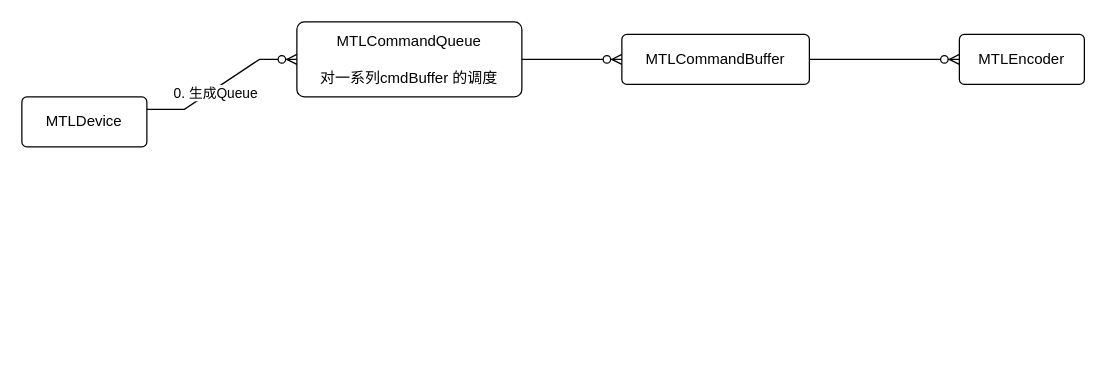
The draw.io diagram 未命名绘图.drawio in niltsh/drawing, before the edit. Source tidied: cells renumbered, new cells numbered last; positions are measured from the earlier drawing's top-left corner, leaving out a move shared by most shapes. Both pictures are drawn from the tidied source at 125%, with x=0, y=0 at pixel (21, 21).
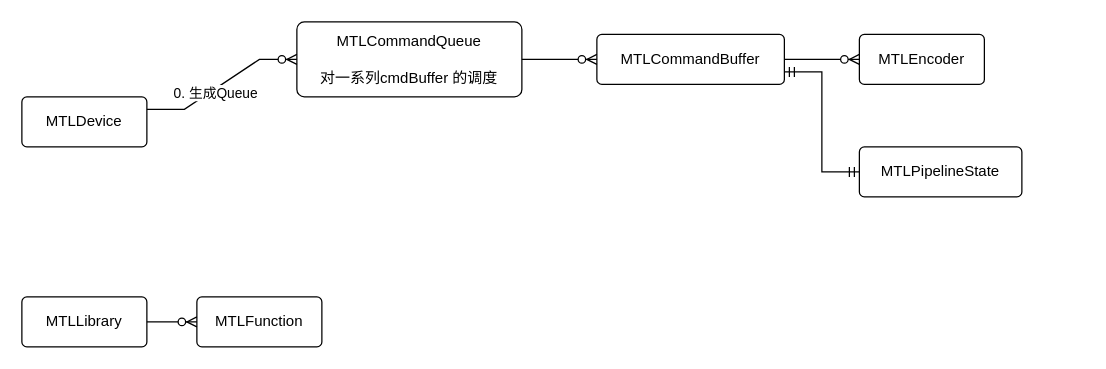
The same diagram, later.

Commit message:
更新未命名绘图.drawio

Diff of the diagram source:
```diff
@@
 <mxGraphModel>
   <root>
     <mxCell id="0" />
     <mxCell id="1" parent="0" />
     <mxCell id="2" value="MTLDevice" style="rounded=1;arcSize=10;whiteSpace=wrap;html=1;align=center;" parent="1" vertex="1">
       <mxGeometry y="60" width="100" height="40" as="geometry" />
     </mxCell>
     <mxCell id="3" value="MTLCommandQueue&lt;br&gt;&lt;br&gt;对一系列cmdBuffer 的调度" style="rounded=1;arcSize=10;whiteSpace=wrap;html=1;align=center;" parent="1" vertex="1">
       <mxGeometry x="220" width="180" height="60" as="geometry" />
     </mxCell>
     <mxCell id="4" style="edgeStyle=entityRelationEdgeStyle;fontSize=12;html=1;endArrow=ERzeroToMany;endFill=1;rounded=0;exitX=1;exitY=0.25;exitDx=0;exitDy=0;entryX=0;entryY=0.5;entryDx=0;entryDy=0;" parent="1" edge="1" source="2" target="3">
       <mxGeometry relative="1" as="geometry" />
     </mxCell>
     <mxCell id="5" value="0. 生成Queue" style="edgeLabel;html=1;align=center;verticalAlign=middle;" parent="4" vertex="1">
       <mxGeometry x="-0.14" y="-2" relative="1" as="geometry">
         <mxPoint x="1" as="offset" />
       </mxGeometry>
     </mxCell>
     <mxCell id="6" value="MTLCommandBuffer" style="rounded=1;arcSize=10;whiteSpace=wrap;html=1;align=center;" parent="1" vertex="1">
-      <mxGeometry x="480" y="10" width="150" height="40" as="geometry" />
+      <mxGeometry x="460" y="10" width="150" height="40" as="geometry" />
     </mxCell>
     <mxCell id="7" style="edgeStyle=entityRelationEdgeStyle;fontSize=12;html=1;endArrow=ERzeroToMany;endFill=1;rounded=0;exitX=1;exitY=0.5;exitDx=0;exitDy=0;entryX=0;entryY=0.5;entryDx=0;entryDy=0;" parent="1" edge="1" source="3" target="6">
       <mxGeometry relative="1" as="geometry" />
     </mxCell>
     <mxCell id="8" value="MTLEncoder" style="rounded=1;arcSize=10;whiteSpace=wrap;html=1;align=center;" parent="1" vertex="1">
-      <mxGeometry x="750" y="10" width="100" height="40" as="geometry" />
+      <mxGeometry x="670" y="10" width="100" height="40" as="geometry" />
     </mxCell>
     <mxCell id="9" style="edgeStyle=entityRelationEdgeStyle;fontSize=12;html=1;endArrow=ERzeroToMany;endFill=1;rounded=0;exitX=1;exitY=0.5;exitDx=0;exitDy=0;entryX=0;entryY=0.5;entryDx=0;entryDy=0;" parent="1" edge="1" source="6" target="8">
       <mxGeometry relative="1" as="geometry" />
     </mxCell>
+    <mxCell id="10" value="MTLPipelineState" style="rounded=1;arcSize=10;whiteSpace=wrap;html=1;align=center;" parent="1" vertex="1">
+      <mxGeometry x="670" y="100" width="130" height="40" as="geometry" />
+    </mxCell>
+    <mxCell id="11" style="edgeStyle=entityRelationEdgeStyle;fontSize=12;html=1;endArrow=ERmandOne;startArrow=ERmandOne;rounded=0;entryX=1;entryY=0.75;entryDx=0;entryDy=0;exitX=0;exitY=0.5;exitDx=0;exitDy=0;" parent="1" edge="1" source="10" target="6">
+      <mxGeometry relative="1" as="geometry" />
+    </mxCell>
+    <mxCell id="12" value="MTLLibrary" style="rounded=1;arcSize=10;whiteSpace=wrap;html=1;align=center;" parent="1" vertex="1">
+      <mxGeometry y="220" width="100" height="40" as="geometry" />
+    </mxCell>
+    <mxCell id="13" value="MTLFunction" style="rounded=1;arcSize=10;whiteSpace=wrap;html=1;align=center;" parent="1" vertex="1">
+      <mxGeometry x="140" y="220" width="100" height="40" as="geometry" />
+    </mxCell>
+    <mxCell id="14" style="edgeStyle=entityRelationEdgeStyle;fontSize=12;html=1;endArrow=ERzeroToMany;endFill=1;rounded=0;entryX=0;entryY=0.5;entryDx=0;entryDy=0;exitX=1;exitY=0.5;exitDx=0;exitDy=0;" parent="1" edge="1" source="12" target="13">
+      <mxGeometry relative="1" as="geometry" />
+    </mxCell>
   </root>
 </mxGraphModel>
```
